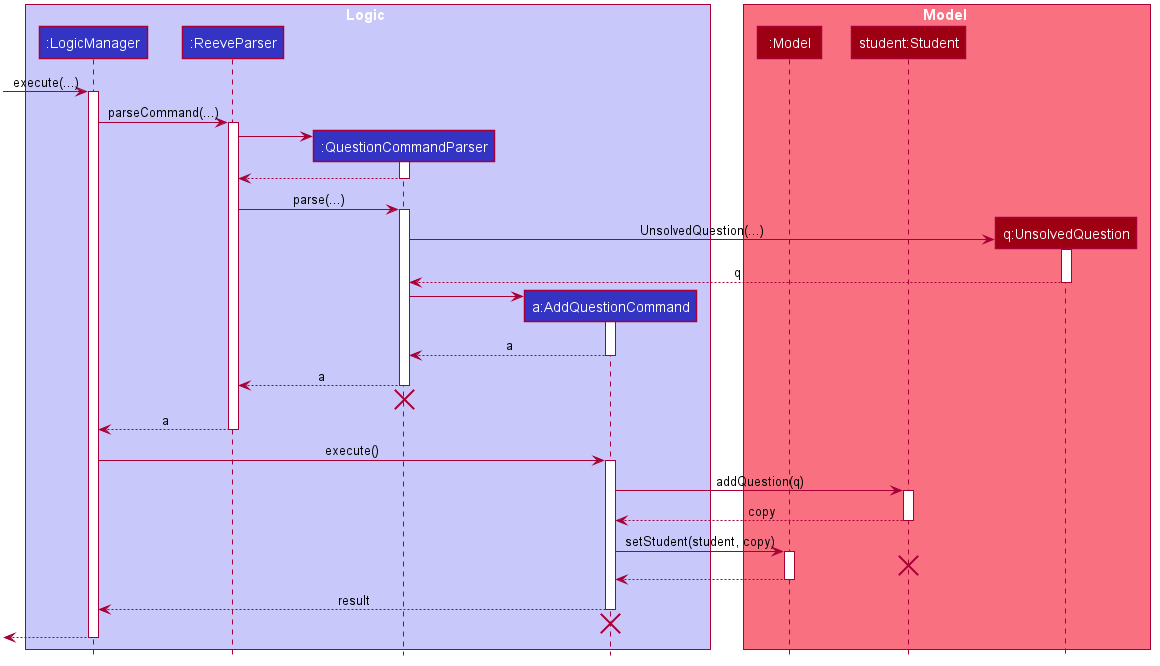
nus-cs2103-AY2021S1/tp keeps this PlantUML diagram as docs/images/AddQuestionSequenceDiagram.png. Above is the earlier version.
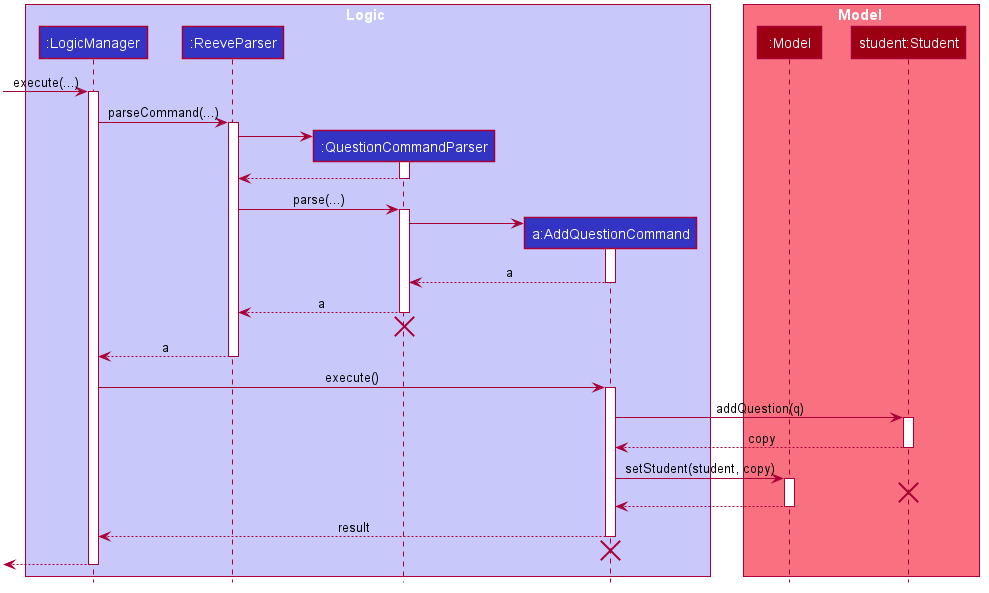
After the change.

What changed in the source:
```diff
@@ -58,7 +58,6 @@
 box Model #F97181
 participant ":Model" as Model #9D0012
 participant "student:Student" as Student #9D0012
-participant "q:UnsolvedQuestion" as Question #9D0012
 end box
 
 [-> LogicManager : execute(...)
@@ -76,13 +75,6 @@
 
 ReeveParser -> QuestionCommandParser : parse(...)
 activate QuestionCommandParser
-
-create Question
-QuestionCommandParser -> Question : UnsolvedQuestion(...)
-activate Question
-
-Question --> QuestionCommandParser : q
-deactivate Question
 
 create AddQuestionCommand
 QuestionCommandParser -> AddQuestionCommand
```
